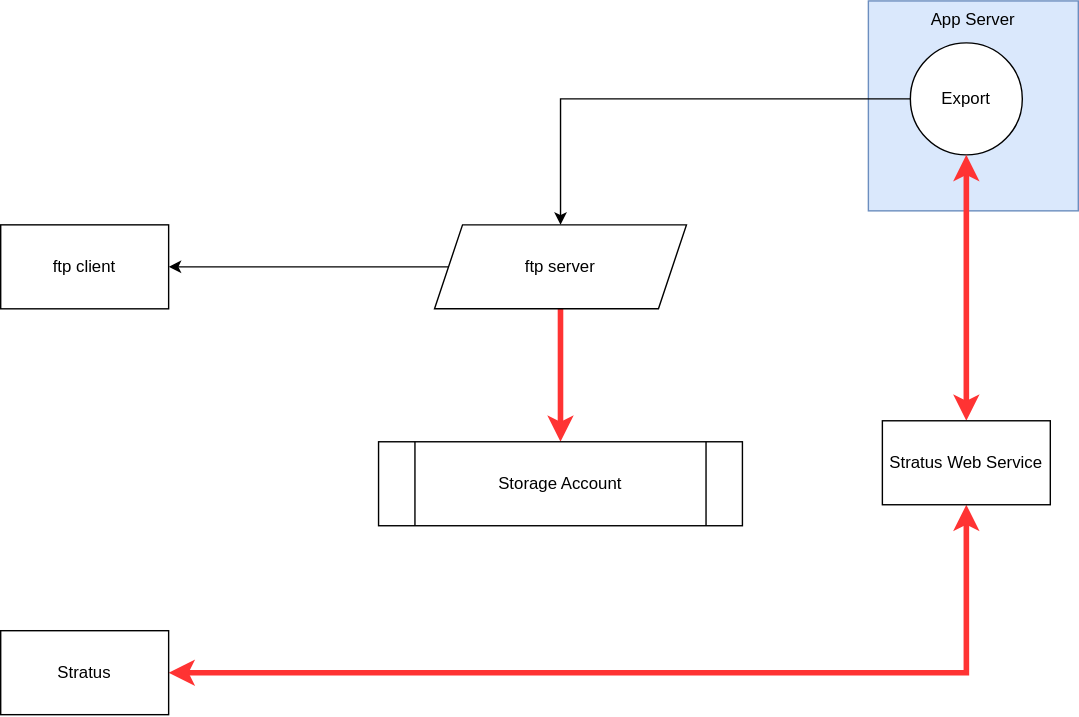
Before: ftp-inc237.svg, a diagram exported from draw.io (vjavle/invoicecloud). Source tidied: cells renumbered, new cells last; positions are measured from the earlier drawing's top-left corner, leaving out a move shared by most shapes.
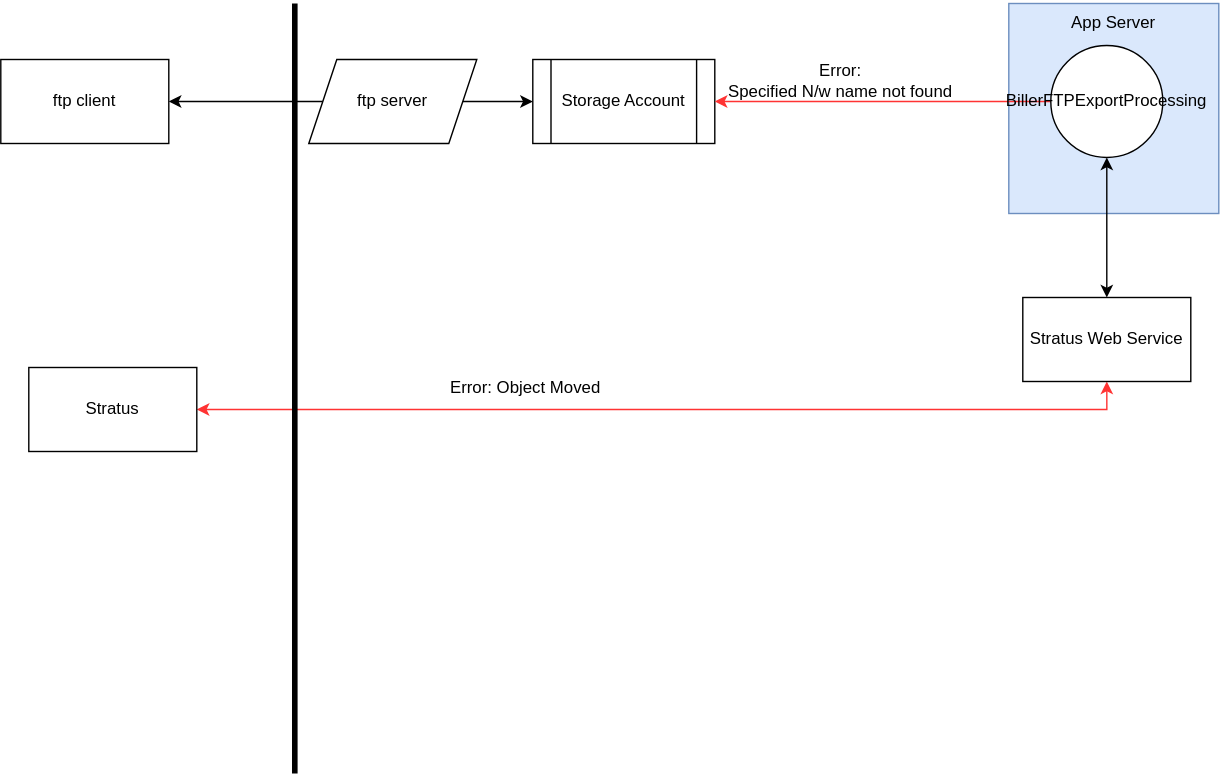
Later version of the same file.

Change to the diagram source:
```diff
@@ -3,40 +3,52 @@
     <mxCell id="0" />
     <mxCell id="1" parent="0" />
     <mxCell id="2" value="App Server" style="rounded=0;whiteSpace=wrap;html=1;fillColor=#dae8fc;strokeColor=#6c8ebf;verticalAlign=top;" parent="1" vertex="1">
-      <mxGeometry x="620" width="150" height="150" as="geometry" />
+      <mxGeometry x="670" width="150" height="150" as="geometry" />
     </mxCell>
-    <mxCell id="3" style="edgeStyle=orthogonalEdgeStyle;rounded=0;jettySize=auto;html=1;strokeColor=#FF3333;strokeWidth=4;" parent="1" edge="1" source="5" target="6">
+    <mxCell id="3" style="edgeStyle=orthogonalEdgeStyle;rounded=0;jettySize=auto;html=1;strokeColor=#000000;strokeWidth=1;" parent="1" edge="1" source="5" target="6">
       <mxGeometry relative="1" as="geometry" />
     </mxCell>
     <mxCell id="4" style="edgeStyle=orthogonalEdgeStyle;rounded=0;jettySize=auto;html=1;" parent="1" edge="1" source="5" target="9">
       <mxGeometry relative="1" as="geometry" />
     </mxCell>
     <mxCell id="5" value="ftp server" style="shape=parallelogram;perimeter=parallelogramPerimeter;whiteSpace=wrap;html=1;fixedSize=1;" parent="1" vertex="1">
-      <mxGeometry x="310" y="160" width="180" height="60" as="geometry" />
+      <mxGeometry x="170" y="40" width="120" height="60" as="geometry" />
     </mxCell>
     <mxCell id="6" value="Storage Account" style="shape=process;whiteSpace=wrap;html=1;backgroundOutline=1;" parent="1" vertex="1">
-      <mxGeometry x="270" y="315" width="260" height="60" as="geometry" />
+      <mxGeometry x="330" y="40" width="130" height="60" as="geometry" />
     </mxCell>
-    <mxCell id="7" style="edgeStyle=orthogonalEdgeStyle;rounded=0;jettySize=auto;html=1;" parent="1" edge="1" source="8" target="5">
+    <mxCell id="7" style="edgeStyle=orthogonalEdgeStyle;rounded=0;jettySize=auto;html=1;entryX=1;entryY=0.5;entryDx=0;entryDy=0;strokeColor=#FF3333;" parent="1" edge="1" source="8" target="6">
       <mxGeometry relative="1" as="geometry" />
     </mxCell>
-    <mxCell id="8" value="Export" style="ellipse;whiteSpace=wrap;html=1;" parent="1" vertex="1">
-      <mxGeometry x="650" y="30" width="80" height="80" as="geometry" />
+    <mxCell id="8" value="BillerFTPExportProcessing" style="ellipse;whiteSpace=wrap;html=1;" parent="1" vertex="1">
+      <mxGeometry x="700" y="30" width="80" height="80" as="geometry" />
     </mxCell>
     <mxCell id="9" value="ftp client" style="rounded=0;whiteSpace=wrap;html=1;" parent="1" vertex="1">
-      <mxGeometry y="160" width="120" height="60" as="geometry" />
+      <mxGeometry x="-50" y="40" width="120" height="60" as="geometry" />
     </mxCell>
-    <mxCell id="10" style="edgeStyle=orthogonalEdgeStyle;rounded=0;jettySize=auto;html=1;entryX=0.5;entryY=1;entryDx=0;entryDy=0;strokeColor=#FF3333;strokeWidth=4;startArrow=classic;startFill=1;" parent="1" edge="1" source="11" target="13">
+    <mxCell id="10" style="edgeStyle=orthogonalEdgeStyle;rounded=0;jettySize=auto;html=1;entryX=0.5;entryY=1;entryDx=0;entryDy=0;strokeColor=#FF3333;strokeWidth=1;startArrow=classic;startFill=1;" parent="1" edge="1" source="11" target="13">
       <mxGeometry relative="1" as="geometry" />
     </mxCell>
     <mxCell id="11" value="Stratus" style="rounded=0;whiteSpace=wrap;html=1;" parent="1" vertex="1">
-      <mxGeometry y="450" width="120" height="60" as="geometry" />
+      <mxGeometry x="-30" y="260" width="120" height="60" as="geometry" />
     </mxCell>
-    <mxCell id="12" style="edgeStyle=orthogonalEdgeStyle;rounded=0;jettySize=auto;html=1;strokeColor=#FF3333;strokeWidth=4;startArrow=classic;startFill=1;" parent="1" edge="1" source="13" target="8">
+    <mxCell id="12" style="edgeStyle=orthogonalEdgeStyle;rounded=0;jettySize=auto;html=1;strokeColor=#000000;strokeWidth=1;startArrow=classic;startFill=1;" parent="1" edge="1" source="13" target="8">
       <mxGeometry relative="1" as="geometry" />
     </mxCell>
     <mxCell id="13" value="Stratus Web Service" style="rounded=0;whiteSpace=wrap;html=1;" parent="1" vertex="1">
-      <mxGeometry x="630" y="300" width="120" height="60" as="geometry" />
+      <mxGeometry x="680" y="210" width="120" height="60" as="geometry" />
     </mxCell>
+    <mxCell id="14" style="endArrow=none;html=1;rounded=0;strokeColor=#000000;strokeWidth=4;" parent="1" edge="1">
+      <mxGeometry relative="1" as="geometry">
+        <mxPoint x="160" y="550" as="sourcePoint" />
+        <mxPoint x="160" as="targetPoint" />
+      </mxGeometry>
+    </mxCell>
+    <mxCell id="15" value="Error: &lt;br&gt;Specified N/w name not found" style="text;html=1;strokeColor=none;fillColor=none;align=center;verticalAlign=middle;whiteSpace=wrap;rounded=0;" parent="1" vertex="1">
+      <mxGeometry x="460" y="40" width="180" height="30" as="geometry" />
+    </mxCell>
+    <mxCell id="16" value="Error: Object Moved" style="text;html=1;strokeColor=none;fillColor=none;align=center;verticalAlign=middle;whiteSpace=wrap;rounded=0;" parent="1" vertex="1">
+      <mxGeometry x="260" y="260" width="130" height="30" as="geometry" />
+    </mxCell>
   </root>
 </mxGraphModel>
```
